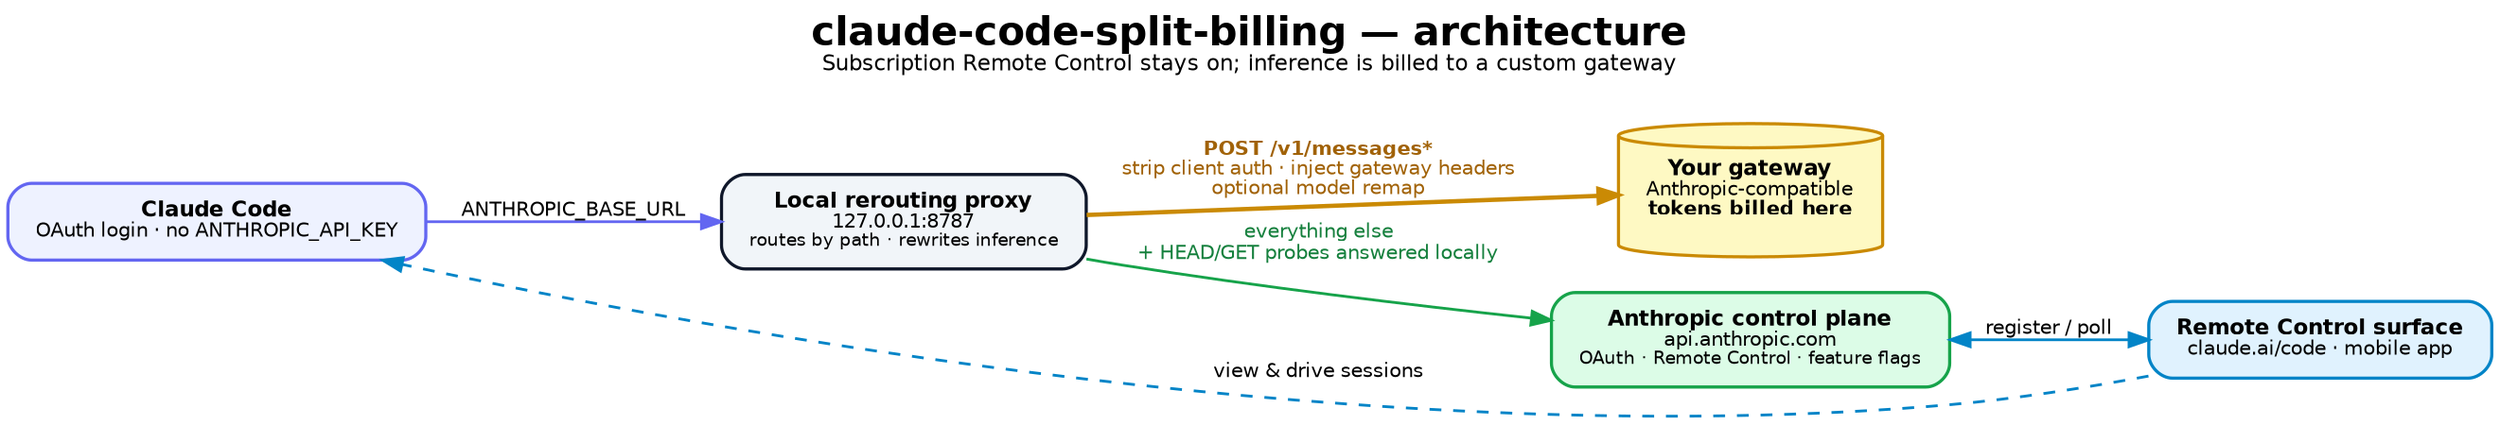
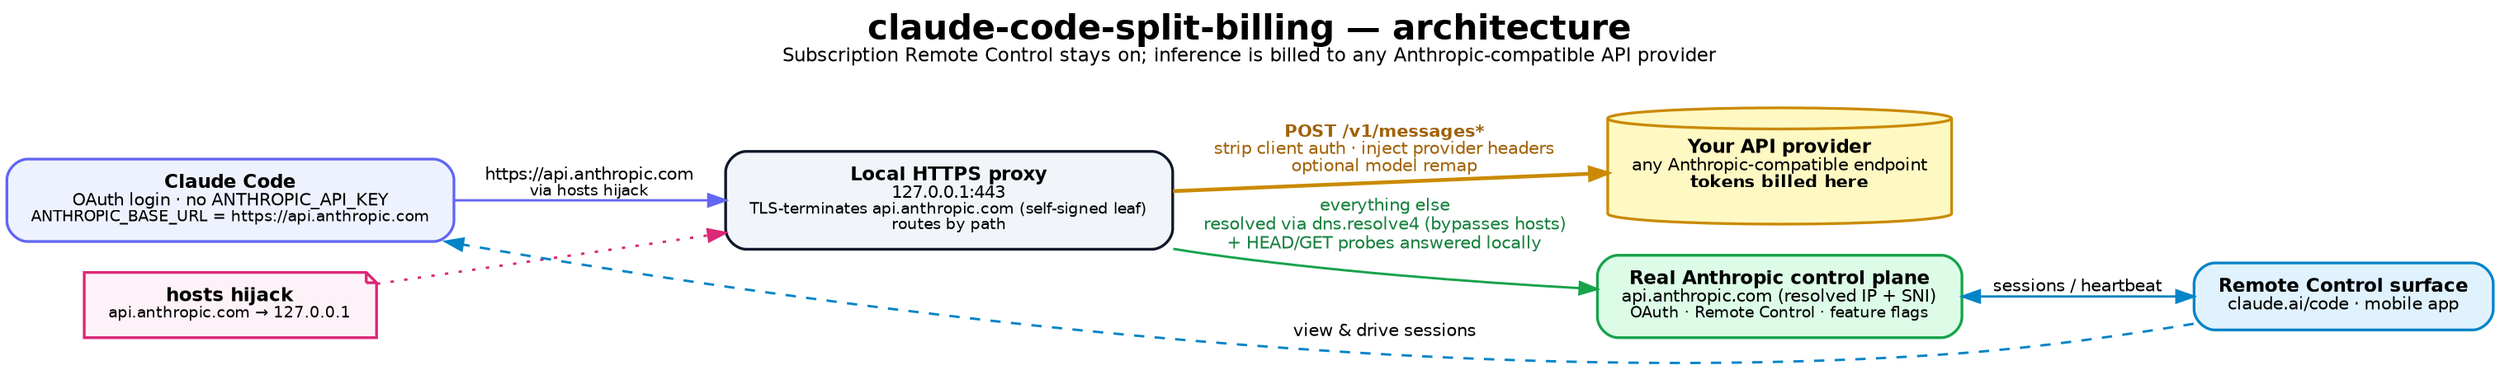
- // Architecture diagram for claude-code-split-billing.
+ // Architecture diagram for claude-code-split-billing (MITM mode).
// Render:  dot -Tsvg docs/architecture.dot -o docs/architecture.svg
digraph architecture {
  rankdir=LR;
  compound=true;
  bgcolor="white";
  fontname="Helvetica";
  labelloc="t";
  fontsize=20;
-   label=<<b>claude-code-split-billing — architecture</b><br/><font point-size="11">Subscription Remote Control stays on; inference is billed to a custom gateway</font><br/> >;
+   label=<<b>claude-code-split-billing — architecture</b><br/><font point-size="11">Subscription Remote Control stays on; inference is billed to any Anthropic-compatible API provider</font><br/> >;

  node [fontname="Helvetica", fontsize=11, shape=box, style="rounded,filled", penwidth=1.6, margin="0.20,0.13"];
  edge [fontname="Helvetica", fontsize=10, penwidth=1.4];

-   cc [label=<<b>Claude Code</b><br/><font point-size="10">OAuth login · no ANTHROPIC_API_KEY</font>>,
+   cc [label=<<b>Claude Code</b><br/><font point-size="10">OAuth login · no ANTHROPIC_API_KEY</font><br/><font point-size="9">ANTHROPIC_BASE_URL = https://api.anthropic.com</font>>,
      fillcolor="#eef2ff", color="#6366f1"];

-   proxy [label=<<b>Local rerouting proxy</b><br/><font point-size="10">127.0.0.1:8787</font><br/><font point-size="9">routes by path · rewrites inference</font>>,
+   hosts [label=<<b>hosts hijack</b><br/><font point-size="9">api.anthropic.com &rarr; 127.0.0.1</font>>,
+          shape=note, fillcolor="#fdf2f8", color="#db2777"];
+ 
+   proxy [label=<<b>Local HTTPS proxy</b><br/><font point-size="10">127.0.0.1:443</font><br/><font point-size="9">TLS-terminates api.anthropic.com (self-signed leaf)</font><br/><font point-size="9">routes by path</font>>,
         fillcolor="#f1f5f9", color="#0f172a"];

  gateway [shape=cylinder,
-            label=<<b>Your gateway</b><br/><font point-size="10">Anthropic-compatible</font><br/><b><font point-size="10">tokens billed here</font></b>>,
+            label=<<b>Your API provider</b><br/><font point-size="10">any Anthropic-compatible endpoint</font><br/><b><font point-size="10">tokens billed here</font></b>>,
           fillcolor="#fef9c3", color="#ca8a04"];

-   control [label=<<b>Anthropic control plane</b><br/><font point-size="10">api.anthropic.com</font><br/><font point-size="9">OAuth · Remote Control · feature flags</font>>,
+   control [label=<<b>Real Anthropic control plane</b><br/><font point-size="10">api.anthropic.com (resolved IP + SNI)</font><br/><font point-size="9">OAuth · Remote Control · feature flags</font>>,
           fillcolor="#dcfce7", color="#16a34a"];

  rc [label=<<b>Remote Control surface</b><br/><font point-size="10">claude.ai/code · mobile app</font>>,
      fillcolor="#e0f2fe", color="#0284c7"];

-   cc -> proxy [label="ANTHROPIC_BASE_URL", color="#6366f1"];
-   proxy -> gateway [label=<<b>POST /v1/messages*</b><br/>strip client auth · inject gateway headers<br/>optional model remap>,
+   cc -> proxy [label=<https://api.anthropic.com<br/><font point-size="9">via hosts hijack</font>>, color="#6366f1"];
+   hosts -> proxy [style=dotted, color="#db2777", constraint=false];
+   proxy -> gateway [label=<<b>POST /v1/messages*</b><br/>strip client auth · inject provider headers<br/>optional model remap>,
                    color="#ca8a04", fontcolor="#a16207", penwidth=2.2];
-   proxy -> control [label=<everything else<br/>+ HEAD/GET probes answered locally>,
+   proxy -> control [label=<everything else<br/>resolved via dns.resolve4 (bypasses hosts)<br/>+ HEAD/GET probes answered locally>,
                    color="#16a34a", fontcolor="#15803d"];
-   control -> rc [dir=both, label="register / poll", color="#0284c7"];
+   control -> rc [dir=both, label="sessions / heartbeat", color="#0284c7"];
  rc -> cc [style=dashed, label="view &amp; drive sessions", color="#0284c7", constraint=false];

  { rank=same; gateway; control; }
}
